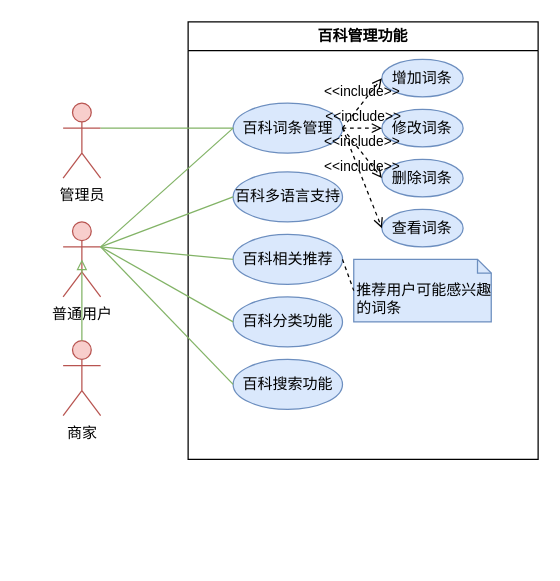
The draw.io diagram 海洋生物百科/用例图/百科管理功能.drawio in Running-Turtle1/Graph, before the edit. Source tidied: cells renumbered, new cells numbered last; positions are measured from the earlier drawing's top-left corner, leaving out a move shared by most shapes. Both pictures are drawn from the tidied source at 125%, with x=0, y=0 at pixel (62, 21).
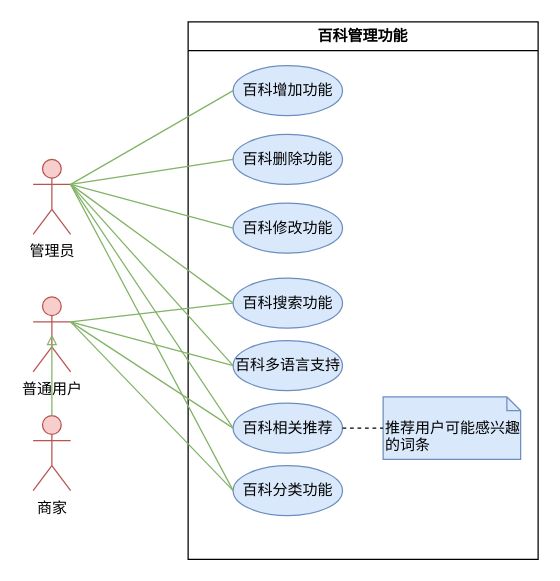
The same diagram, later.

Commit message:
更新百科管理功能.drawio

Diff of the diagram source:
```diff
@@
     <mxCell id="2" value="百科管理功能" style="swimlane;whiteSpace=wrap;html=1;" parent="1" vertex="1">
-      <mxGeometry x="100" width="280" height="350" as="geometry" />
+      <mxGeometry x="100" width="280" height="430" as="geometry" />
     </mxCell>
-    <mxCell id="3" value="百科词条管理" style="ellipse;whiteSpace=wrap;html=1;fillColor=#dae8fc;strokeColor=#6c8ebf;" parent="2" vertex="1">
-      <mxGeometry x="36" y="65" width="87.5" height="40" as="geometry" />
-    </mxCell>
+    <mxCell id="14" value="推荐用户可能感兴趣的词条" style="shape=note2;boundedLbl=1;whiteSpace=wrap;html=1;size=11;verticalAlign=top;align=left;fillColor=#dae8fc;strokeColor=#6c8ebf;" parent="2" vertex="1">
+      <mxGeometry x="156" y="300" width="110" height="50" as="geometry" />
+    </mxCell>
+    <mxCell id="28" value="百科增加功能" style="ellipse;whiteSpace=wrap;html=1;fillColor=#dae8fc;strokeColor=#6c8ebf;" parent="2" vertex="1">
+      <mxGeometry x="36" y="35" width="87.5" height="40" as="geometry" />
+    </mxCell>
+    <mxCell id="29" value="百科删除功能" style="ellipse;whiteSpace=wrap;html=1;fillColor=#dae8fc;strokeColor=#6c8ebf;" parent="2" vertex="1">
+      <mxGeometry x="36" y="90" width="87.5" height="40" as="geometry" />
+    </mxCell>
+    <mxCell id="30" value="百科修改功能" style="ellipse;whiteSpace=wrap;html=1;fillColor=#dae8fc;strokeColor=#6c8ebf;" parent="2" vertex="1">
+      <mxGeometry x="36" y="145" width="87.5" height="40" as="geometry" />
+    </mxCell>
+    <mxCell id="7" value="百科搜索功能" style="ellipse;whiteSpace=wrap;html=1;fillColor=#dae8fc;strokeColor=#6c8ebf;" parent="2" vertex="1">
+      <mxGeometry x="36" y="205" width="87.5" height="40" as="geometry" />
+    </mxCell>
     <mxCell id="4" value="百科多语言支持" style="ellipse;whiteSpace=wrap;html=1;fillColor=#dae8fc;strokeColor=#6c8ebf;" parent="2" vertex="1">
-      <mxGeometry x="36" y="120" width="87.5" height="40" as="geometry" />
+      <mxGeometry x="36" y="255" width="87.5" height="40" as="geometry" />
     </mxCell>
     <mxCell id="5" value="百科相关推荐" style="ellipse;whiteSpace=wrap;html=1;fillColor=#dae8fc;strokeColor=#6c8ebf;" parent="2" vertex="1">
-      <mxGeometry x="36" y="170" width="87.5" height="40" as="geometry" />
+      <mxGeometry x="36" y="305" width="87.5" height="40" as="geometry" />
     </mxCell>
     <mxCell id="6" value="百科分类功能" style="ellipse;whiteSpace=wrap;html=1;fillColor=#dae8fc;strokeColor=#6c8ebf;" parent="2" vertex="1">
-      <mxGeometry x="36" y="220" width="87.5" height="40" as="geometry" />
+      <mxGeometry x="36" y="355" width="87.5" height="40" as="geometry" />
     </mxCell>
-    <mxCell id="7" value="百科搜索功能" style="ellipse;whiteSpace=wrap;html=1;fillColor=#dae8fc;strokeColor=#6c8ebf;" parent="2" vertex="1">
-      <mxGeometry x="36" y="270" width="87.5" height="40" as="geometry" />
-    </mxCell>
-    <mxCell id="8" value="增加词条" style="ellipse;whiteSpace=wrap;html=1;fillColor=#dae8fc;strokeColor=#6c8ebf;" parent="2" vertex="1">
-      <mxGeometry x="155" y="30" width="65" height="30" as="geometry" />
-    </mxCell>
-    <mxCell id="9" value="修改词条" style="ellipse;whiteSpace=wrap;html=1;fillColor=#dae8fc;strokeColor=#6c8ebf;" parent="2" vertex="1">
-      <mxGeometry x="155" y="70" width="65" height="30" as="geometry" />
-    </mxCell>
-    <mxCell id="10" value="删除词条" style="ellipse;whiteSpace=wrap;html=1;fillColor=#dae8fc;strokeColor=#6c8ebf;" parent="2" vertex="1">
-      <mxGeometry x="155" y="110" width="65" height="30" as="geometry" />
-    </mxCell>
-    <mxCell id="11" value="&amp;lt;&amp;lt;include&amp;gt;&amp;gt;" style="html=1;verticalAlign=bottom;labelBackgroundColor=none;endArrow=open;endFill=0;dashed=1;rounded=0;exitX=1;exitY=0.5;exitDx=0;exitDy=0;entryX=0;entryY=0.5;entryDx=0;entryDy=0;" parent="2" edge="1" source="3" target="8">
-      <mxGeometry relative="1" as="geometry" />
-    </mxCell>
-    <mxCell id="12" value="&amp;lt;&amp;lt;include&amp;gt;&amp;gt;" style="html=1;verticalAlign=bottom;labelBackgroundColor=none;endArrow=open;endFill=0;dashed=1;rounded=0;entryX=0;entryY=0.5;entryDx=0;entryDy=0;exitX=1;exitY=0.5;exitDx=0;exitDy=0;" parent="2" edge="1" source="3" target="9">
-      <mxGeometry relative="1" as="geometry" />
-    </mxCell>
-    <mxCell id="13" value="&amp;lt;&amp;lt;include&amp;gt;&amp;gt;" style="html=1;verticalAlign=bottom;labelBackgroundColor=none;endArrow=open;endFill=0;dashed=1;rounded=0;exitX=1;exitY=0.5;exitDx=0;exitDy=0;entryX=0;entryY=0.5;entryDx=0;entryDy=0;" parent="2" edge="1" source="3" target="10">
-      <mxGeometry relative="1" as="geometry" />
-    </mxCell>
-    <mxCell id="14" value="推荐用户可能感兴趣的词条" style="shape=note2;boundedLbl=1;whiteSpace=wrap;html=1;size=11;verticalAlign=top;align=left;fillColor=#dae8fc;strokeColor=#6c8ebf;" parent="2" vertex="1">
-      <mxGeometry x="132.5" y="190" width="110" height="50" as="geometry" />
-    </mxCell>
@@
-    <mxCell id="16" value="查看词条" style="ellipse;whiteSpace=wrap;html=1;fillColor=#dae8fc;strokeColor=#6c8ebf;" parent="2" vertex="1">
-      <mxGeometry x="155" y="150" width="65" height="30" as="geometry" />
-    </mxCell>
-    <mxCell id="17" value="&amp;lt;&amp;lt;include&amp;gt;&amp;gt;" style="html=1;verticalAlign=bottom;labelBackgroundColor=none;endArrow=open;endFill=0;dashed=1;rounded=0;exitX=1;exitY=0.5;exitDx=0;exitDy=0;entryX=0;entryY=0.5;entryDx=0;entryDy=0;" parent="2" edge="1" source="3" target="16">
-      <mxGeometry relative="1" as="geometry" />
-    </mxCell>
     <mxCell id="18" value="普通用户" style="shape=umlActor;verticalLabelPosition=bottom;verticalAlign=top;html=1;fillColor=#f8cecc;strokeColor=#b85450;" parent="1" vertex="1">
-      <mxGeometry y="160" width="30" height="60" as="geometry" />
+      <mxGeometry x="-24" y="220" width="30" height="60" as="geometry" />
     </mxCell>
     <mxCell id="19" value="商家" style="shape=umlActor;verticalLabelPosition=bottom;verticalAlign=top;html=1;fillColor=#f8cecc;strokeColor=#b85450;" parent="1" vertex="1">
-      <mxGeometry y="255" width="30" height="60" as="geometry" />
+      <mxGeometry x="-24" y="315" width="30" height="60" as="geometry" />
     </mxCell>
     <mxCell id="20" value="管理员" style="shape=umlActor;verticalLabelPosition=bottom;verticalAlign=top;html=1;fillColor=#f8cecc;strokeColor=#b85450;" parent="1" vertex="1">
-      <mxGeometry y="65" width="30" height="60" as="geometry" />
+      <mxGeometry x="-24" y="110" width="30" height="60" as="geometry" />
     </mxCell>
@@
-    <mxCell id="22" style="endArrow=none;html=1;rounded=0;fillColor=#d5e8d4;strokeColor=#82b366;exitX=0;exitY=0.5;exitDx=0;exitDy=0;entryX=1;entryY=0.3333333333333333;entryDx=0;entryDy=0;entryPerimeter=0;" parent="1" edge="1" source="6" target="18">
-      <mxGeometry relative="1" as="geometry" />
-    </mxCell>
-    <mxCell id="23" style="endArrow=none;html=1;rounded=0;fillColor=#d5e8d4;strokeColor=#82b366;exitX=0;exitY=0.5;exitDx=0;exitDy=0;entryX=1;entryY=0.3333333333333333;entryDx=0;entryDy=0;entryPerimeter=0;" parent="1" edge="1" source="5" target="18">
-      <mxGeometry relative="1" as="geometry" />
-    </mxCell>
-    <mxCell id="24" style="endArrow=none;html=1;rounded=0;fillColor=#d5e8d4;strokeColor=#82b366;entryX=1;entryY=0.3333333333333333;entryDx=0;entryDy=0;entryPerimeter=0;exitX=0;exitY=0.5;exitDx=0;exitDy=0;" parent="1" edge="1" source="4" target="18">
-      <mxGeometry relative="1" as="geometry" />
-    </mxCell>
-    <mxCell id="25" style="endArrow=none;html=1;rounded=0;fillColor=#d5e8d4;strokeColor=#82b366;entryX=1;entryY=0.3333333333333333;entryDx=0;entryDy=0;entryPerimeter=0;exitX=0;exitY=0.5;exitDx=0;exitDy=0;" parent="1" edge="1" source="3" target="20">
-      <mxGeometry relative="1" as="geometry" />
-    </mxCell>
-    <mxCell id="26" style="endArrow=none;html=1;rounded=0;fillColor=#d5e8d4;strokeColor=#82b366;exitX=0;exitY=0.5;exitDx=0;exitDy=0;entryX=1;entryY=0.3333333333333333;entryDx=0;entryDy=0;entryPerimeter=0;" parent="1" edge="1" source="7" target="18">
-      <mxGeometry relative="1" as="geometry" />
-    </mxCell>
-    <mxCell id="27" style="endArrow=none;html=1;rounded=0;fillColor=#d5e8d4;strokeColor=#82b366;entryX=1;entryY=0.3333333333333333;entryDx=0;entryDy=0;entryPerimeter=0;exitX=0;exitY=0.5;exitDx=0;exitDy=0;" parent="1" edge="1" source="3" target="18">
-      <mxGeometry relative="1" as="geometry" />
-    </mxCell>
+    <mxCell id="31" style="endArrow=none;html=1;rounded=0;fillColor=#d5e8d4;strokeColor=#82b366;entryX=0;entryY=0.5;entryDx=0;entryDy=0;exitX=1;exitY=0.3333333333333333;exitDx=0;exitDy=0;exitPerimeter=0;" parent="1" edge="1" source="20" target="29">
+      <mxGeometry relative="1" as="geometry" />
+    </mxCell>
+    <mxCell id="32" style="endArrow=none;html=1;rounded=0;fillColor=#d5e8d4;strokeColor=#82b366;entryX=0;entryY=0.5;entryDx=0;entryDy=0;exitX=1;exitY=0.3333333333333333;exitDx=0;exitDy=0;exitPerimeter=0;" parent="1" edge="1" source="20" target="30">
+      <mxGeometry relative="1" as="geometry" />
+    </mxCell>
+    <mxCell id="33" style="endArrow=none;html=1;rounded=0;fillColor=#d5e8d4;strokeColor=#82b366;entryX=0;entryY=0.5;entryDx=0;entryDy=0;exitX=1;exitY=0.3333333333333333;exitDx=0;exitDy=0;exitPerimeter=0;" parent="1" edge="1" source="20" target="7">
+      <mxGeometry relative="1" as="geometry" />
+    </mxCell>
+    <mxCell id="34" style="endArrow=none;html=1;rounded=0;fillColor=#d5e8d4;strokeColor=#82b366;entryX=0;entryY=0.5;entryDx=0;entryDy=0;exitX=1;exitY=0.3333333333333333;exitDx=0;exitDy=0;exitPerimeter=0;" parent="1" edge="1" source="20" target="5">
+      <mxGeometry relative="1" as="geometry" />
+    </mxCell>
+    <mxCell id="35" style="endArrow=none;html=1;rounded=0;fillColor=#d5e8d4;strokeColor=#82b366;entryX=1;entryY=0.3333333333333333;entryDx=0;entryDy=0;entryPerimeter=0;exitX=0;exitY=0.5;exitDx=0;exitDy=0;" parent="1" edge="1" source="28" target="20">
+      <mxGeometry relative="1" as="geometry" />
+    </mxCell>
+    <mxCell id="36" style="endArrow=none;html=1;rounded=0;fillColor=#d5e8d4;strokeColor=#82b366;entryX=0;entryY=0.5;entryDx=0;entryDy=0;exitX=1;exitY=0.3333333333333333;exitDx=0;exitDy=0;exitPerimeter=0;" parent="1" edge="1" source="18" target="6">
+      <mxGeometry relative="1" as="geometry" />
+    </mxCell>
+    <mxCell id="37" style="endArrow=none;html=1;rounded=0;fillColor=#d5e8d4;strokeColor=#82b366;entryX=0;entryY=0.5;entryDx=0;entryDy=0;exitX=1;exitY=0.3333333333333333;exitDx=0;exitDy=0;exitPerimeter=0;" parent="1" edge="1" source="20" target="4">
+      <mxGeometry relative="1" as="geometry" />
+    </mxCell>
+    <mxCell id="38" style="endArrow=none;html=1;rounded=0;fillColor=#d5e8d4;strokeColor=#82b366;entryX=0;entryY=0.5;entryDx=0;entryDy=0;exitX=1;exitY=0.3333333333333333;exitDx=0;exitDy=0;exitPerimeter=0;" parent="1" edge="1" source="20" target="6">
+      <mxGeometry relative="1" as="geometry" />
+    </mxCell>
+    <mxCell id="39" style="endArrow=none;html=1;rounded=0;fillColor=#d5e8d4;strokeColor=#82b366;entryX=0;entryY=0.5;entryDx=0;entryDy=0;exitX=1;exitY=0.3333333333333333;exitDx=0;exitDy=0;exitPerimeter=0;" parent="1" edge="1" source="18" target="7">
+      <mxGeometry relative="1" as="geometry" />
+    </mxCell>
+    <mxCell id="40" style="endArrow=none;html=1;rounded=0;fillColor=#d5e8d4;strokeColor=#82b366;entryX=0;entryY=0.5;entryDx=0;entryDy=0;exitX=1;exitY=0.3333333333333333;exitDx=0;exitDy=0;exitPerimeter=0;" parent="1" edge="1" source="18" target="4">
+      <mxGeometry relative="1" as="geometry" />
+    </mxCell>
+    <mxCell id="41" style="endArrow=none;html=1;rounded=0;fillColor=#d5e8d4;strokeColor=#82b366;entryX=0;entryY=0.5;entryDx=0;entryDy=0;exitX=1;exitY=0.3333333333333333;exitDx=0;exitDy=0;exitPerimeter=0;" parent="1" edge="1" source="18" target="5">
+      <mxGeometry relative="1" as="geometry" />
+    </mxCell>
```
